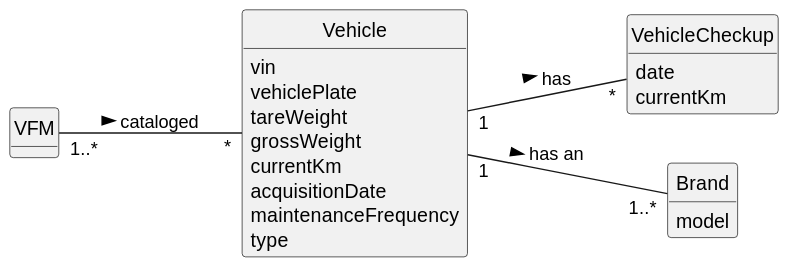
Earlier version of the PlantUML export docs/sprintB/us008/02.analysis/svg/us008-domain-model.svg (ricardomm7/leaflink). The source it was exported from:
```plantuml
@startuml
skinparam monochrome true
skinparam packageStyle rectangle
skinparam shadowing false

skinparam classAttributeIconSize 0
left to right direction

hide circle
hide methods

class VFM {
}

class VehicleCheckup {
    date
    currentKm
}

class Vehicle {
vin
vehiclePlate
tareWeight
grossWeight
currentKm
acquisitionDate
maintenanceFrequency
type
}

class Brand {
model
}


Vehicle "1"-- "1..*" Brand: has an >
VFM "1..*" -- "*" Vehicle : cataloged >
Vehicle "1" -- "*" VehicleCheckup : has >
@enduml
```
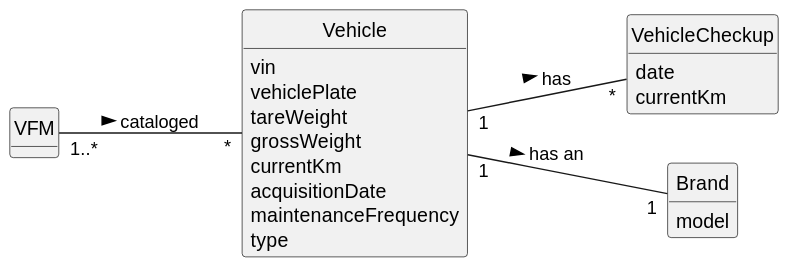
After the commit.

Diff of the diagram source:
```diff
@@ -33,7 +33,7 @@
 }
 
 
-Vehicle "1"-- "1..*" Brand: has an >
+Vehicle "1"-- "1" Brand: has an >
 VFM "1..*" -- "*" Vehicle : cataloged >
 Vehicle "1" -- "*" VehicleCheckup : has >
 @enduml
```
